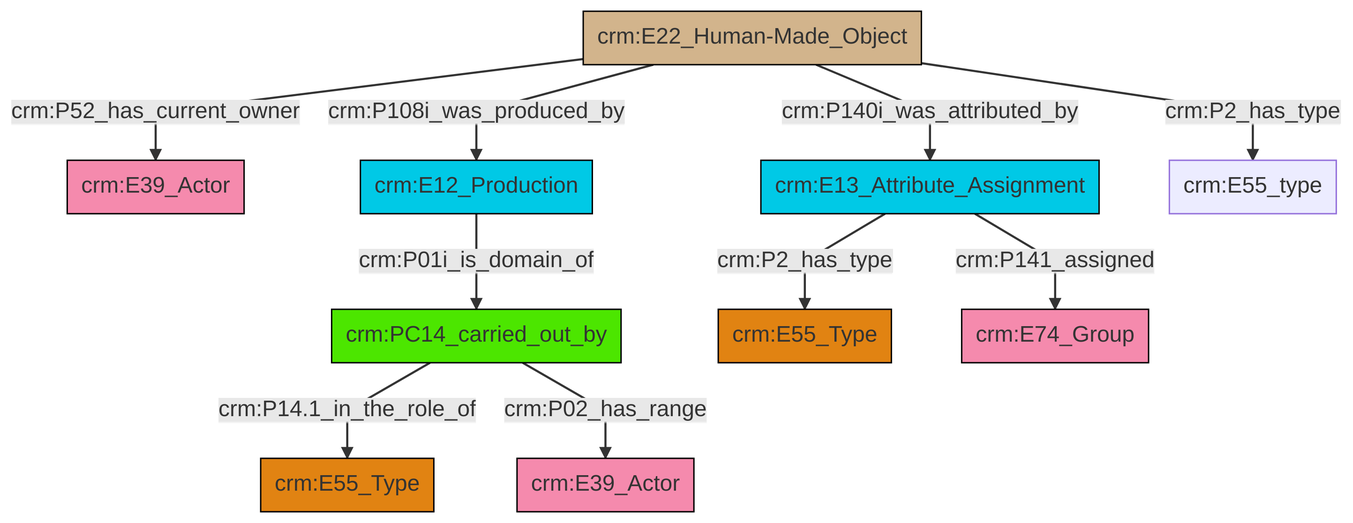
This is et/builtWorkCSV/ttl/mmd/png/Built_Work_actor_relations.png from swiss-art-research-net/docs.swissartresearch, a Mermaid export, as it was before one commit. Its source is kept beside it as et/builtWorkCSV/ttl/mmd/Built_Work_actor_relations.ttl.mmd.
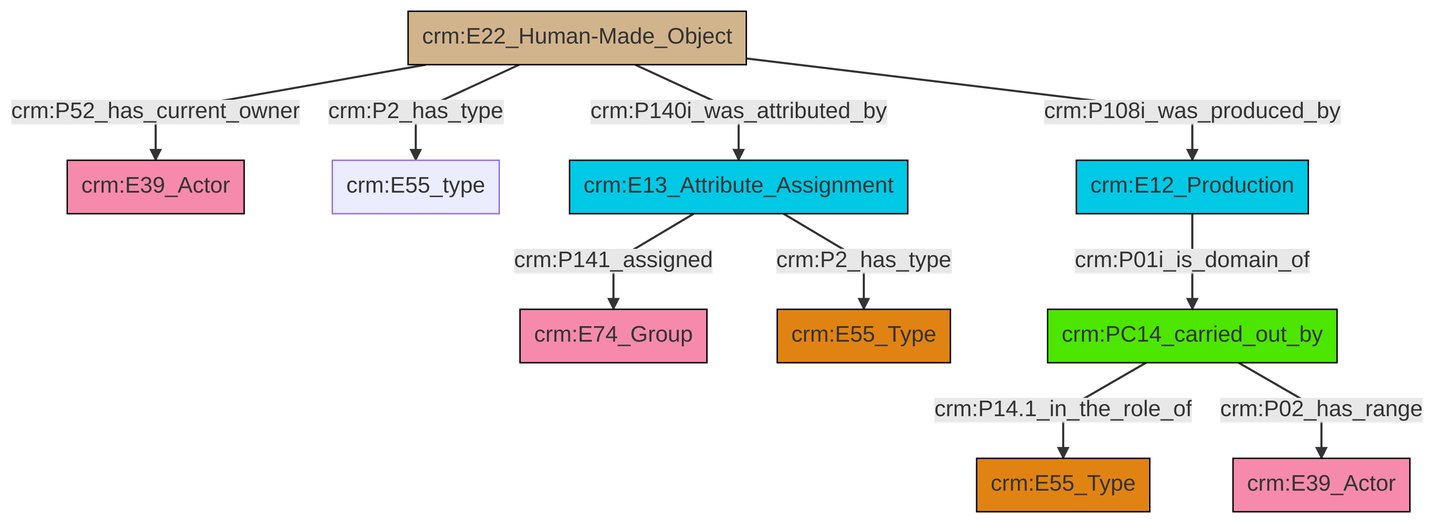
After the change.

Diff of the diagram source:
```diff
@@ -13,12 +13,12 @@
 classDef PC_Classes fill:#4ce600, stroke:#000000;
 classDef Multi fill:#cccccc,stroke:#000000;
 
-10["crm:E22_Human-Made_Object"]:::Physical_Thing -->|crm:P140i_was_attributed_by| 6["crm:E13_Attribute_Assignment"]:::Temporal_Entity
-8["crm:E12_Production"]:::Temporal_Entity -->|crm:P01i_is_domain_of| 0["crm:PC14_carried_out_by"]:::PC_Classes
-0["crm:PC14_carried_out_by"]:::PC_Classes -->|crm:P14.1_in_the_role_of| 14["crm:E55_Type"]:::Type
-10["crm:E22_Human-Made_Object"]:::Physical_Thing -->|crm:P2_has_type| 15["crm:E55_type"]:::Default
-10["crm:E22_Human-Made_Object"]:::Physical_Thing -->|crm:P52_has_current_owner| 4["crm:E39_Actor"]:::Actor
-10["crm:E22_Human-Made_Object"]:::Physical_Thing -->|crm:P108i_was_produced_by| 8["crm:E12_Production"]:::Temporal_Entity
-6["crm:E13_Attribute_Assignment"]:::Temporal_Entity -->|crm:P141_assigned| 12["crm:E74_Group"]:::Actor
-6["crm:E13_Attribute_Assignment"]:::Temporal_Entity -->|crm:P2_has_type| 2["crm:E55_Type"]:::Type
-0["crm:PC14_carried_out_by"]:::PC_Classes -->|crm:P02_has_range| 17["crm:E39_Actor"]:::Actor
+0["crm:E22_Human-Made_Object"]:::Physical_Thing -->|crm:P52_has_current_owner| 1["crm:E39_Actor"]:::Actor
+5["crm:E13_Attribute_Assignment"]:::Temporal_Entity -->|crm:P141_assigned| 6["crm:E74_Group"]:::Actor
+7["crm:PC14_carried_out_by"]:::PC_Classes -->|crm:P14.1_in_the_role_of| 9["crm:E55_Type"]:::Type
+5["crm:E13_Attribute_Assignment"]:::Temporal_Entity -->|crm:P2_has_type| 10["crm:E55_Type"]:::Type
+15["crm:E12_Production"]:::Temporal_Entity -->|crm:P01i_is_domain_of| 7["crm:PC14_carried_out_by"]:::PC_Classes
+0["crm:E22_Human-Made_Object"]:::Physical_Thing -->|crm:P2_has_type| 16["crm:E55_type"]:::Default
+7["crm:PC14_carried_out_by"]:::PC_Classes -->|crm:P02_has_range| 2["crm:E39_Actor"]:::Actor
+0["crm:E22_Human-Made_Object"]:::Physical_Thing -->|crm:P140i_was_attributed_by| 5["crm:E13_Attribute_Assignment"]:::Temporal_Entity
+0["crm:E22_Human-Made_Object"]:::Physical_Thing -->|crm:P108i_was_produced_by| 15["crm:E12_Production"]:::Temporal_Entity
```
